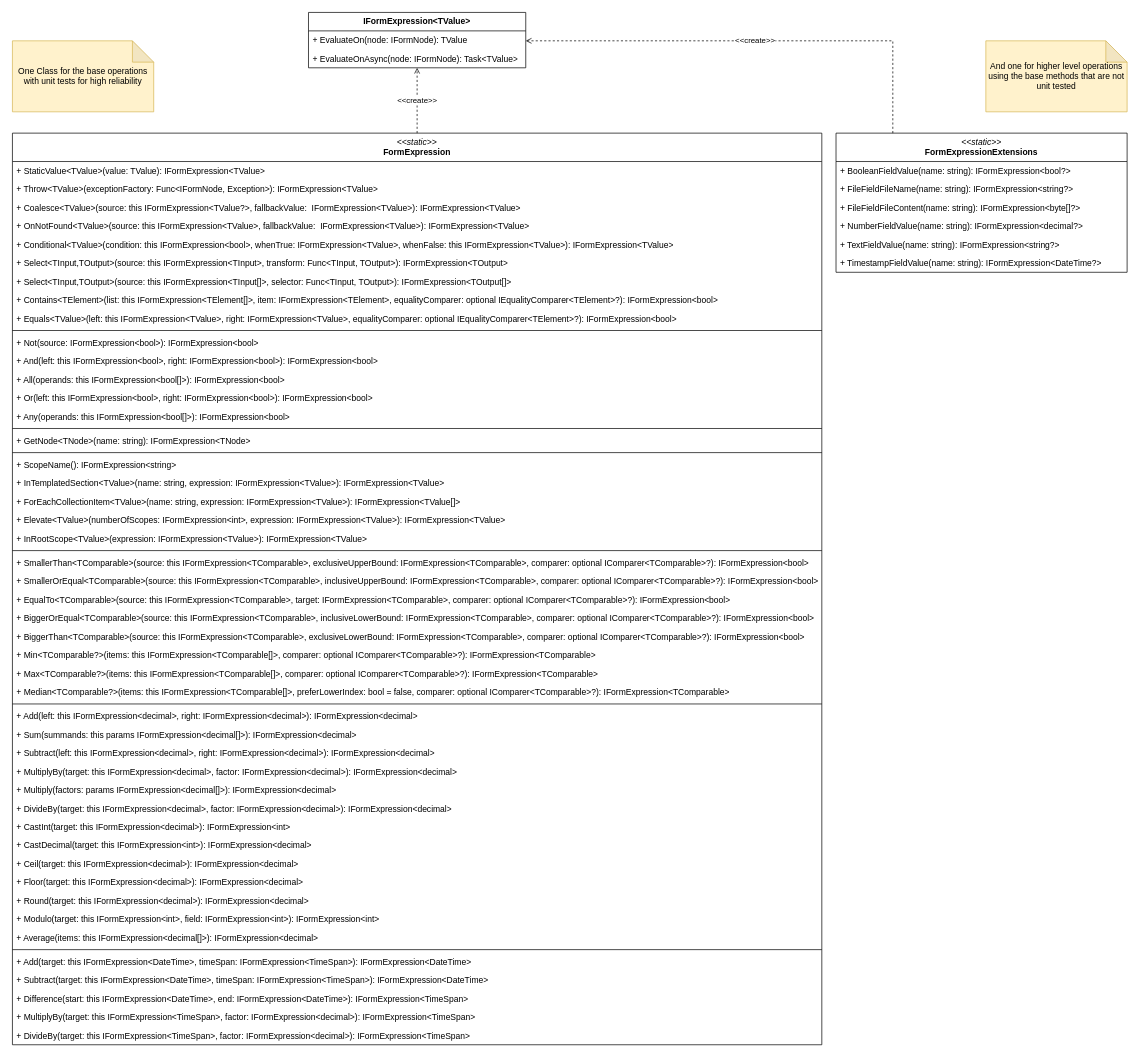
RGXStorm281/common keeps this draw.io diagram as doc/forms-concept/expressions.drawio. Above is the earlier version. Source tidied: cells renumbered, new cells numbered last; positions are measured from the earlier drawing's top-left corner, leaving out a move shared by most shapes. Both pictures are drawn from the tidied source at 71%, with x=0, y=0 at pixel (12, 12).
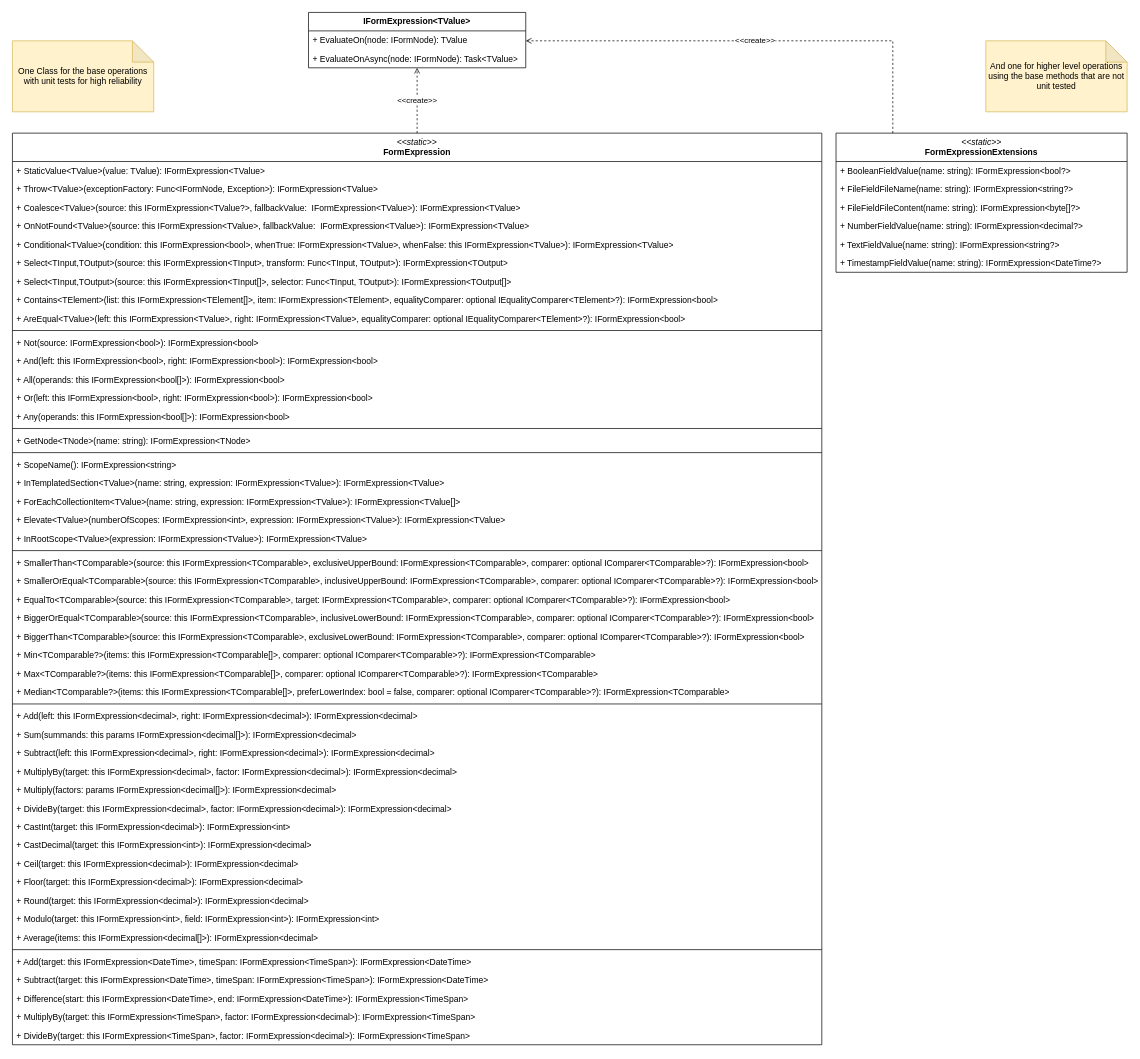
The same page after the edit.

Commit message (it also covers changes not shown here):
AreEqual Expression

The change refers to these unchanged cells:
```xml
<mxCell id="6" value="&lt;i&gt;&amp;lt;&amp;lt;static&amp;gt;&amp;gt;&lt;/i&gt;&lt;br&gt;&lt;b&gt;FormExpression&lt;/b&gt;" style="swimlane;fontStyle=0;horizontal=1;startSize=40;fillColor=none;whiteSpace=wrap;html=1;" parent="1" vertex="1">
  <mxGeometry y="170" width="1140" height="1284" as="geometry" />
</mxCell>
```

Change to the diagram source:
```diff
@@
-    <mxCell id="15" value="+ Equals&amp;lt;TValue&amp;gt;(left: this IFormExpression&amp;lt;TValue&amp;gt;, right: IFormExpression&amp;lt;TValue&amp;gt;, equalityComparer: optional IEqualityComparer&amp;lt;TElement&amp;gt;?): IFormExpression&amp;lt;bool&amp;gt;" style="text;strokeColor=none;fillColor=none;align=left;verticalAlign=top;spacingLeft=4;spacingRight=4;overflow=hidden;whiteSpace=wrap;html=1;" parent="6" vertex="1">
+    <mxCell id="15" value="+ AreEqual&amp;lt;TValue&amp;gt;(left: this IFormExpression&amp;lt;TValue&amp;gt;, right: IFormExpression&amp;lt;TValue&amp;gt;, equalityComparer: optional IEqualityComparer&amp;lt;TElement&amp;gt;?): IFormExpression&amp;lt;bool&amp;gt;" style="text;strokeColor=none;fillColor=none;align=left;verticalAlign=top;spacingLeft=4;spacingRight=4;overflow=hidden;whiteSpace=wrap;html=1;" parent="6" vertex="1">
       <mxGeometry y="248" width="1140" height="26" as="geometry" />
     </mxCell>
```
